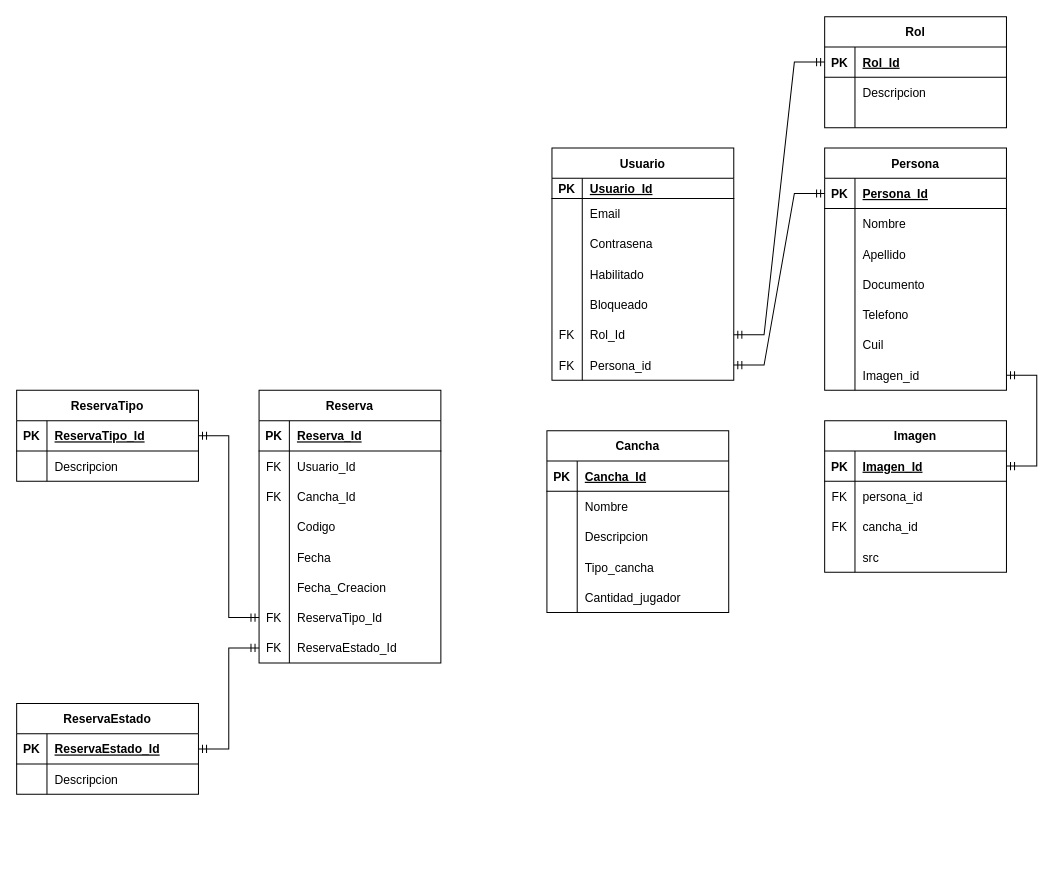
Earlier version of the draw.io diagram Diagrama sin título.drawio (avsebastian/turnos-futsapp). Source tidied: cells renumbered, new cells numbered last; positions are measured from the earlier drawing's top-left corner, leaving out a move shared by most shapes. Both pictures are drawn from the tidied source at 101%, with x=0, y=0 at pixel (16, 16).
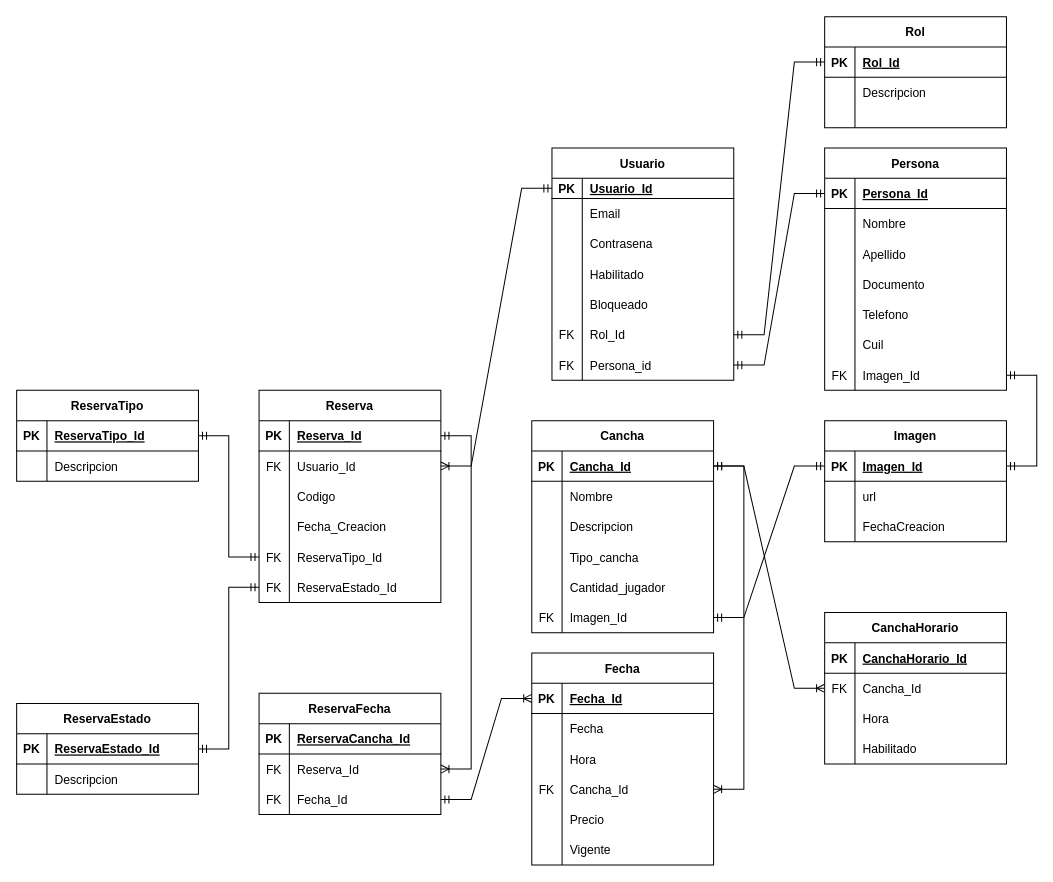
After the change.

Unchanged cells that the change refers to:
```xml
<mxCell id="3" style="shape=tableRow;horizontal=0;startSize=0;swimlaneHead=0;swimlaneBody=0;fillColor=none;points=[[0,0.5],[1,0.5]];portConstraint=eastwest;top=0;left=0;right=0;bottom=1;" parent="2" vertex="1">
  <mxGeometry y="30" width="180" height="20" as="geometry" />
</mxCell>
<mxCell id="43" style="shape=tableRow;horizontal=0;startSize=0;swimlaneHead=0;swimlaneBody=0;fillColor=none;points=[[0,0.5],[1,0.5]];portConstraint=eastwest;top=0;left=0;right=0;bottom=0;" parent="24" vertex="1">
  <mxGeometry y="210" width="180" height="30" as="geometry" />
</mxCell>
<mxCell id="47" style="shape=tableRow;horizontal=0;startSize=0;swimlaneHead=0;swimlaneBody=0;fillColor=none;points=[[0,0.5],[1,0.5]];portConstraint=eastwest;top=0;left=0;right=0;bottom=1;" parent="46" vertex="1">
  <mxGeometry y="30" width="180" height="30" as="geometry" />
</mxCell>
<mxCell id="73" style="shape=tableRow;horizontal=0;startSize=0;swimlaneHead=0;swimlaneBody=0;fillColor=none;points=[[0,0.5],[1,0.5]];portConstraint=eastwest;top=0;left=0;right=0;bottom=1;" parent="72" vertex="1">
  <mxGeometry y="30" width="180" height="30" as="geometry" />
</mxCell>
<mxCell id="89" style="shape=tableRow;horizontal=0;startSize=0;swimlaneHead=0;swimlaneBody=0;fillColor=none;points=[[0,0.5],[1,0.5]];portConstraint=eastwest;top=0;left=0;right=0;bottom=1;" parent="88" vertex="1">
  <mxGeometry y="30" width="180" height="30" as="geometry" />
</mxCell>
<mxCell id="92" style="shape=tableRow;horizontal=0;startSize=0;swimlaneHead=0;swimlaneBody=0;fillColor=none;points=[[0,0.5],[1,0.5]];portConstraint=eastwest;top=0;left=0;right=0;bottom=0;" parent="88" vertex="1">
  <mxGeometry y="60" width="180" height="30" as="geometry" />
</mxCell>
```

Diff of the diagram source:
```diff
@@
-    <mxCell id="44" style="shape=partialRectangle;fillColor=none;top=0;left=0;bottom=0;right=0;overflow=hidden;" parent="43" vertex="1">
+    <mxCell id="44" value="FK" style="shape=partialRectangle;fillColor=none;top=0;left=0;bottom=0;right=0;overflow=hidden;" parent="43" vertex="1">
       <mxGeometry width="30" height="30" as="geometry" />
     </mxCell>
-    <mxCell id="45" value="Imagen_id" style="shape=partialRectangle;fillColor=none;top=0;left=0;bottom=0;right=0;align=left;spacingLeft=6;overflow=hidden;" parent="43" vertex="1">
+    <mxCell id="45" value="Imagen_Id" style="shape=partialRectangle;fillColor=none;top=0;left=0;bottom=0;right=0;align=left;spacingLeft=6;overflow=hidden;" parent="43" vertex="1">
       <mxGeometry x="30" width="150" height="30" as="geometry" />
     </mxCell>
     <mxCell id="46" value="Imagen" style="shape=table;startSize=30;childLayout=tableLayout;rowLines=0;fontStyle=1;align=center;" parent="1" vertex="1">
-      <mxGeometry x="800" y="400" width="180" height="150" as="geometry" />
+      <mxGeometry x="800" y="400" width="180" height="120" as="geometry" />
     </mxCell>
@@
-    <mxCell id="50" style="shape=tableRow;horizontal=0;startSize=0;swimlaneHead=0;swimlaneBody=0;fillColor=none;top=0;left=0;right=0;bottom=0;" parent="46" vertex="1">
-      <mxGeometry y="60" width="180" height="30" as="geometry" />
-    </mxCell>
-    <mxCell id="51" value="FK" style="shape=partialRectangle;fillColor=none;top=0;left=0;bottom=0;right=0;overflow=hidden;" parent="50" vertex="1">
-      <mxGeometry width="30" height="30" as="geometry" />
-    </mxCell>
-    <mxCell id="52" value="persona_id   " style="shape=partialRectangle;fillColor=none;top=0;left=0;bottom=0;right=0;align=left;spacingLeft=6;overflow=hidden;" parent="50" vertex="1">
-      <mxGeometry x="30" width="150" height="30" as="geometry" />
-    </mxCell>
-    <mxCell id="53" style="shape=tableRow;horizontal=0;startSize=0;swimlaneHead=0;swimlaneBody=0;fillColor=none;top=0;left=0;right=0;bottom=0;" parent="46" vertex="1">
-      <mxGeometry y="90" width="180" height="30" as="geometry" />
-    </mxCell>
-    <mxCell id="54" value="FK" style="shape=partialRectangle;fillColor=none;top=0;left=0;bottom=0;right=0;overflow=hidden;" parent="53" vertex="1">
-      <mxGeometry width="30" height="30" as="geometry" />
-    </mxCell>
-    <mxCell id="55" value="cancha_id" style="shape=partialRectangle;fillColor=none;top=0;left=0;bottom=0;right=0;align=left;spacingLeft=6;overflow=hidden;" parent="53" vertex="1">
-      <mxGeometry x="30" width="150" height="30" as="geometry" />
-    </mxCell>
     <mxCell id="56" style="shape=tableRow;horizontal=0;startSize=0;swimlaneHead=0;swimlaneBody=0;fillColor=none;top=0;left=0;right=0;bottom=0;" parent="46" vertex="1">
-      <mxGeometry y="120" width="180" height="30" as="geometry" />
+      <mxGeometry y="60" width="180" height="30" as="geometry" />
     </mxCell>
@@
-    <mxCell id="58" value="src" style="shape=partialRectangle;fillColor=none;top=0;left=0;bottom=0;right=0;align=left;spacingLeft=6;overflow=hidden;" parent="56" vertex="1">
+    <mxCell id="58" value="url" style="shape=partialRectangle;fillColor=none;top=0;left=0;bottom=0;right=0;align=left;spacingLeft=6;overflow=hidden;" parent="56" vertex="1">
       <mxGeometry x="30" width="150" height="30" as="geometry" />
     </mxCell>
+    <mxCell id="129" style="shape=tableRow;horizontal=0;startSize=0;swimlaneHead=0;swimlaneBody=0;fillColor=none;top=0;left=0;right=0;bottom=0;" parent="46" vertex="1">
+      <mxGeometry y="90" width="180" height="30" as="geometry" />
+    </mxCell>
+    <mxCell id="130" style="shape=partialRectangle;fillColor=none;top=0;left=0;bottom=0;right=0;overflow=hidden;" parent="129" vertex="1">
+      <mxGeometry width="30" height="30" as="geometry" />
+    </mxCell>
+    <mxCell id="131" value="FechaCreacion" style="shape=partialRectangle;fillColor=none;top=0;left=0;bottom=0;right=0;align=left;spacingLeft=6;overflow=hidden;" parent="129" vertex="1">
+      <mxGeometry x="30" width="150" height="30" as="geometry" />
+    </mxCell>
@@
-    <mxCell id="60" style="edgeStyle=entityRelationEdgeStyle;fontSize=12;html=1;endArrow=ERmandOne;startArrow=ERmandOne;rounded=0;" parent="1" edge="1" source="47" target="43">
+    <mxCell id="60" style="edgeStyle=entityRelationEdgeStyle;fontSize=12;html=1;endArrow=ERmandOne;startArrow=ERmandOne;rounded=0;entryX=1;entryY=0.5;entryDx=0;entryDy=0;exitX=1;exitY=0.5;exitDx=0;exitDy=0;" parent="1" edge="1" source="47" target="43">
       <mxGeometry relative="1" as="geometry" />
     </mxCell>
@@
     <mxCell id="72" value="Cancha" style="shape=table;startSize=30;childLayout=tableLayout;rowLines=0;fontStyle=1;align=center;" parent="1" vertex="1">
-      <mxGeometry x="525" y="410" width="180" height="180" as="geometry" />
+      <mxGeometry x="510" y="400" width="180" height="210" as="geometry" />
     </mxCell>
@@
+    <mxCell id="132" style="shape=tableRow;horizontal=0;startSize=0;swimlaneHead=0;swimlaneBody=0;fillColor=none;points=[[0,0.5],[1,0.5]];portConstraint=eastwest;top=0;left=0;right=0;bottom=0;" parent="72" vertex="1">
+      <mxGeometry y="180" width="180" height="30" as="geometry" />
+    </mxCell>
+    <mxCell id="133" value="FK" style="shape=partialRectangle;fillColor=none;top=0;left=0;bottom=0;right=0;overflow=hidden;" parent="132" vertex="1">
+      <mxGeometry width="30" height="30" as="geometry" />
+    </mxCell>
+    <mxCell id="134" value="Imagen_Id" style="shape=partialRectangle;fillColor=none;top=0;left=0;bottom=0;right=0;align=left;spacingLeft=6;overflow=hidden;" parent="132" vertex="1">
+      <mxGeometry x="30" width="150" height="30" as="geometry" />
+    </mxCell>
     <mxCell id="88" value="Reserva" style="shape=table;startSize=30;childLayout=tableLayout;rowLines=0;fontStyle=1;align=center;" parent="1" vertex="1">
-      <mxGeometry x="240" y="370" width="180" height="270" as="geometry" />
+      <mxGeometry x="240" y="370" width="180" height="210" as="geometry" />
     </mxCell>
@@
-    <mxCell id="95" style="shape=tableRow;horizontal=0;startSize=0;swimlaneHead=0;swimlaneBody=0;fillColor=none;top=0;left=0;right=0;bottom=0;" parent="88" vertex="1">
-      <mxGeometry y="90" width="180" height="30" as="geometry" />
-    </mxCell>
-    <mxCell id="96" value="FK" style="shape=partialRectangle;fillColor=none;top=0;left=0;bottom=0;right=0;overflow=hidden;" parent="95" vertex="1">
-      <mxGeometry width="30" height="30" as="geometry" />
-    </mxCell>
-    <mxCell id="97" value="Cancha_Id" style="shape=partialRectangle;fillColor=none;top=0;left=0;bottom=0;right=0;align=left;spacingLeft=6;overflow=hidden;" parent="95" vertex="1">
-      <mxGeometry x="30" width="150" height="30" as="geometry" />
-    </mxCell>
     <mxCell id="98" style="shape=tableRow;horizontal=0;startSize=0;swimlaneHead=0;swimlaneBody=0;fillColor=none;top=0;left=0;right=0;bottom=0;" parent="88" vertex="1">
-      <mxGeometry y="120" width="180" height="30" as="geometry" />
+      <mxGeometry y="90" width="180" height="30" as="geometry" />
     </mxCell>
@@
-    <mxCell id="101" style="shape=tableRow;horizontal=0;startSize=0;swimlaneHead=0;swimlaneBody=0;fillColor=none;top=0;left=0;right=0;bottom=0;" parent="88" vertex="1">
-      <mxGeometry y="150" width="180" height="30" as="geometry" />
-    </mxCell>
-    <mxCell id="102" style="shape=partialRectangle;fillColor=none;top=0;left=0;bottom=0;right=0;overflow=hidden;" parent="101" vertex="1">
-      <mxGeometry width="30" height="30" as="geometry" />
-    </mxCell>
-    <mxCell id="103" value="Fecha" style="shape=partialRectangle;fillColor=none;top=0;left=0;bottom=0;right=0;align=left;spacingLeft=6;overflow=hidden;" parent="101" vertex="1">
-      <mxGeometry x="30" width="150" height="30" as="geometry" />
-    </mxCell>
     <mxCell id="104" style="shape=tableRow;horizontal=0;startSize=0;swimlaneHead=0;swimlaneBody=0;fillColor=none;top=0;left=0;right=0;bottom=0;" parent="88" vertex="1">
-      <mxGeometry y="180" width="180" height="30" as="geometry" />
+      <mxGeometry y="120" width="180" height="30" as="geometry" />
     </mxCell>
@@
     <mxCell id="107" style="shape=tableRow;horizontal=0;startSize=0;swimlaneHead=0;swimlaneBody=0;fillColor=none;points=[[0,0.5],[1,0.5]];portConstraint=eastwest;top=0;left=0;right=0;bottom=0;" parent="88" vertex="1">
-      <mxGeometry y="210" width="180" height="30" as="geometry" />
+      <mxGeometry y="150" width="180" height="30" as="geometry" />
     </mxCell>
@@
     <mxCell id="110" style="shape=tableRow;horizontal=0;startSize=0;swimlaneHead=0;swimlaneBody=0;fillColor=none;points=[[0,0.5],[1,0.5]];portConstraint=eastwest;top=0;left=0;right=0;bottom=0;" parent="88" vertex="1">
-      <mxGeometry y="240" width="180" height="30" as="geometry" />
+      <mxGeometry y="180" width="180" height="30" as="geometry" />
     </mxCell>
@@
+    <mxCell id="135" style="edgeStyle=entityRelationEdgeStyle;fontSize=12;html=1;endArrow=ERoneToMany;startArrow=ERmandOne;rounded=0;exitX=0;exitY=0.5;exitDx=0;exitDy=0;entryX=1;entryY=0.5;entryDx=0;entryDy=0;" parent="1" edge="1" source="3" target="92">
+      <mxGeometry relative="1" as="geometry" />
+    </mxCell>
+    <mxCell id="136" value="Fecha" style="shape=table;startSize=30;childLayout=tableLayout;rowLines=0;fontStyle=1;align=center;" parent="1" vertex="1">
+      <mxGeometry x="510" y="630" width="180" height="210" as="geometry" />
+    </mxCell>
+    <mxCell id="137" style="shape=tableRow;horizontal=0;startSize=0;swimlaneHead=0;swimlaneBody=0;fillColor=none;points=[[0,0.5],[1,0.5]];portConstraint=eastwest;top=0;left=0;right=0;bottom=1;" parent="136" vertex="1">
+      <mxGeometry y="30" width="180" height="30" as="geometry" />
+    </mxCell>
+    <mxCell id="138" value="PK" style="shape=partialRectangle;fillColor=none;top=0;left=0;bottom=0;right=0;fontStyle=1;overflow=hidden;" parent="137" vertex="1">
+      <mxGeometry width="30" height="30" as="geometry" />
+    </mxCell>
+    <mxCell id="139" value="Fecha_Id" style="shape=partialRectangle;fillColor=none;top=0;left=0;bottom=0;right=0;align=left;spacingLeft=6;fontStyle=5;overflow=hidden;" parent="137" vertex="1">
+      <mxGeometry x="30" width="150" height="30" as="geometry" />
+    </mxCell>
+    <mxCell id="140" style="shape=tableRow;horizontal=0;startSize=0;swimlaneHead=0;swimlaneBody=0;fillColor=none;top=0;left=0;right=0;bottom=0;" parent="136" vertex="1">
+      <mxGeometry y="60" width="180" height="30" as="geometry" />
+    </mxCell>
+    <mxCell id="141" style="shape=partialRectangle;fillColor=none;top=0;left=0;bottom=0;right=0;overflow=hidden;" parent="140" vertex="1">
+      <mxGeometry width="30" height="30" as="geometry" />
+    </mxCell>
+    <mxCell id="103" value="Fecha" style="shape=partialRectangle;fillColor=none;top=0;left=0;bottom=0;right=0;align=left;spacingLeft=6;overflow=hidden;" parent="140" vertex="1">
+      <mxGeometry x="30" width="150" height="30" as="geometry" />
+    </mxCell>
+    <mxCell id="142" style="shape=tableRow;horizontal=0;startSize=0;swimlaneHead=0;swimlaneBody=0;fillColor=none;top=0;left=0;right=0;bottom=0;" parent="136" vertex="1">
+      <mxGeometry y="90" width="180" height="30" as="geometry" />
+    </mxCell>
+    <mxCell id="143" style="shape=partialRectangle;fillColor=none;top=0;left=0;bottom=0;right=0;overflow=hidden;" parent="142" vertex="1">
+      <mxGeometry width="30" height="30" as="geometry" />
+    </mxCell>
+    <mxCell id="144" value="Hora" style="shape=partialRectangle;fillColor=none;top=0;left=0;bottom=0;right=0;align=left;spacingLeft=6;overflow=hidden;" parent="142" vertex="1">
+      <mxGeometry x="30" width="150" height="30" as="geometry" />
+    </mxCell>
+    <mxCell id="145" style="shape=tableRow;horizontal=0;startSize=0;swimlaneHead=0;swimlaneBody=0;fillColor=none;points=[[0,0.5],[1,0.5]];portConstraint=eastwest;top=0;left=0;right=0;bottom=0;" parent="136" vertex="1">
+      <mxGeometry y="120" width="180" height="30" as="geometry" />
+    </mxCell>
+    <mxCell id="146" value="FK" style="shape=partialRectangle;fillColor=none;top=0;left=0;bottom=0;right=0;overflow=hidden;" parent="145" vertex="1">
+      <mxGeometry width="30" height="30" as="geometry" />
+    </mxCell>
+    <mxCell id="147" value="Cancha_Id" style="shape=partialRectangle;fillColor=none;top=0;left=0;bottom=0;right=0;align=left;spacingLeft=6;overflow=hidden;" parent="145" vertex="1">
+      <mxGeometry x="30" width="150" height="30" as="geometry" />
+    </mxCell>
+    <mxCell id="101" style="shape=tableRow;horizontal=0;startSize=0;swimlaneHead=0;swimlaneBody=0;fillColor=none;top=0;left=0;right=0;bottom=0;" parent="136" vertex="1">
+      <mxGeometry y="150" width="180" height="30" as="geometry" />
+    </mxCell>
+    <mxCell id="148" style="shape=partialRectangle;fillColor=none;top=0;left=0;bottom=0;right=0;overflow=hidden;" parent="101" vertex="1">
+      <mxGeometry width="30" height="30" as="geometry" />
+    </mxCell>
+    <mxCell id="149" value="Precio" style="shape=partialRectangle;fillColor=none;top=0;left=0;bottom=0;right=0;align=left;spacingLeft=6;overflow=hidden;" parent="101" vertex="1">
+      <mxGeometry x="30" width="150" height="30" as="geometry" />
+    </mxCell>
+    <mxCell id="150" style="shape=tableRow;horizontal=0;startSize=0;swimlaneHead=0;swimlaneBody=0;fillColor=none;top=0;left=0;right=0;bottom=0;" parent="136" vertex="1">
+      <mxGeometry y="180" width="180" height="30" as="geometry" />
+    </mxCell>
+    <mxCell id="151" style="shape=partialRectangle;fillColor=none;top=0;left=0;bottom=0;right=0;overflow=hidden;" parent="150" vertex="1">
+      <mxGeometry width="30" height="30" as="geometry" />
+    </mxCell>
+    <mxCell id="152" value="Vigente" style="shape=partialRectangle;fillColor=none;top=0;left=0;bottom=0;right=0;align=left;spacingLeft=6;overflow=hidden;" parent="150" vertex="1">
+      <mxGeometry x="30" width="150" height="30" as="geometry" />
+    </mxCell>
+    <mxCell id="153" style="edgeStyle=entityRelationEdgeStyle;fontSize=12;html=1;endArrow=ERoneToMany;startArrow=ERmandOne;rounded=0;entryX=0;entryY=0.5;entryDx=0;entryDy=0;" parent="1" edge="1" source="161" target="137">
+      <mxGeometry relative="1" as="geometry" />
+    </mxCell>
+    <mxCell id="154" value="ReservaFecha" style="shape=table;startSize=30;childLayout=tableLayout;rowLines=0;fontStyle=1;align=center;" parent="1" vertex="1">
+      <mxGeometry x="240" y="670" width="180" height="120" as="geometry" />
+    </mxCell>
+    <mxCell id="155" style="shape=tableRow;horizontal=0;startSize=0;swimlaneHead=0;swimlaneBody=0;fillColor=none;top=0;left=0;right=0;bottom=1;" parent="154" vertex="1">
+      <mxGeometry y="30" width="180" height="30" as="geometry" />
+    </mxCell>
+    <mxCell id="156" value="PK" style="shape=partialRectangle;fillColor=none;top=0;left=0;bottom=0;right=0;fontStyle=1;overflow=hidden;" parent="155" vertex="1">
+      <mxGeometry width="30" height="30" as="geometry" />
+    </mxCell>
+    <mxCell id="157" value="RerservaCancha_Id" style="shape=partialRectangle;fillColor=none;top=0;left=0;bottom=0;right=0;align=left;spacingLeft=6;fontStyle=5;overflow=hidden;" parent="155" vertex="1">
+      <mxGeometry x="30" width="150" height="30" as="geometry" />
+    </mxCell>
+    <mxCell id="158" style="shape=tableRow;horizontal=0;startSize=0;swimlaneHead=0;swimlaneBody=0;fillColor=none;points=[[0,0.5],[1,0.5]];portConstraint=eastwest;top=0;left=0;right=0;bottom=0;" parent="154" vertex="1">
+      <mxGeometry y="60" width="180" height="30" as="geometry" />
+    </mxCell>
+    <mxCell id="159" value="FK" style="shape=partialRectangle;fillColor=none;top=0;left=0;bottom=0;right=0;overflow=hidden;" parent="158" vertex="1">
+      <mxGeometry width="30" height="30" as="geometry" />
+    </mxCell>
+    <mxCell id="160" value="Reserva_Id" style="shape=partialRectangle;fillColor=none;top=0;left=0;bottom=0;right=0;align=left;spacingLeft=6;overflow=hidden;" parent="158" vertex="1">
+      <mxGeometry x="30" width="150" height="30" as="geometry" />
+    </mxCell>
+    <mxCell id="161" style="shape=tableRow;horizontal=0;startSize=0;swimlaneHead=0;swimlaneBody=0;fillColor=none;points=[[0,0.5],[1,0.5]];portConstraint=eastwest;top=0;left=0;right=0;bottom=0;" parent="154" vertex="1">
+      <mxGeometry y="90" width="180" height="30" as="geometry" />
+    </mxCell>
+    <mxCell id="162" value="FK" style="shape=partialRectangle;fillColor=none;top=0;left=0;bottom=0;right=0;overflow=hidden;" parent="161" vertex="1">
+      <mxGeometry width="30" height="30" as="geometry" />
+    </mxCell>
+    <mxCell id="163" value="Fecha_Id" style="shape=partialRectangle;fillColor=none;top=0;left=0;bottom=0;right=0;align=left;spacingLeft=6;overflow=hidden;" parent="161" vertex="1">
+      <mxGeometry x="30" width="150" height="30" as="geometry" />
+    </mxCell>
+    <mxCell id="164" style="edgeStyle=entityRelationEdgeStyle;fontSize=12;html=1;endArrow=ERoneToMany;startArrow=ERmandOne;rounded=0;exitX=1;exitY=0.5;exitDx=0;exitDy=0;entryX=1;entryY=0.5;entryDx=0;entryDy=0;" parent="1" edge="1" source="89" target="158">
+      <mxGeometry relative="1" as="geometry" />
+    </mxCell>
+    <mxCell id="165" style="edgeStyle=entityRelationEdgeStyle;fontSize=12;html=1;endArrow=ERoneToMany;startArrow=ERmandOne;rounded=0;entryX=1;entryY=0.5;entryDx=0;entryDy=0;exitX=1;exitY=0.5;exitDx=0;exitDy=0;" parent="1" edge="1" source="73" target="145">
+      <mxGeometry relative="1" as="geometry" />
+    </mxCell>
+    <mxCell id="166" value="CanchaHorario" style="shape=table;startSize=30;childLayout=tableLayout;rowLines=0;fontStyle=1;align=center;" parent="1" vertex="1">
+      <mxGeometry x="800" y="590" width="180" height="150" as="geometry" />
+    </mxCell>
+    <mxCell id="167" style="shape=tableRow;horizontal=0;startSize=0;swimlaneHead=0;swimlaneBody=0;fillColor=none;top=0;left=0;right=0;bottom=1;" parent="166" vertex="1">
+      <mxGeometry y="30" width="180" height="30" as="geometry" />
+    </mxCell>
+    <mxCell id="168" value="PK" style="shape=partialRectangle;fillColor=none;top=0;left=0;bottom=0;right=0;fontStyle=1;overflow=hidden;" parent="167" vertex="1">
+      <mxGeometry width="30" height="30" as="geometry" />
+    </mxCell>
+    <mxCell id="169" value="CanchaHorario_Id" style="shape=partialRectangle;fillColor=none;top=0;left=0;bottom=0;right=0;align=left;spacingLeft=6;fontStyle=5;overflow=hidden;" parent="167" vertex="1">
+      <mxGeometry x="30" width="150" height="30" as="geometry" />
+    </mxCell>
+    <mxCell id="170" style="shape=tableRow;horizontal=0;startSize=0;swimlaneHead=0;swimlaneBody=0;fillColor=none;points=[[0,0.5],[1,0.5]];portConstraint=eastwest;top=0;left=0;right=0;bottom=0;" parent="166" vertex="1">
+      <mxGeometry y="60" width="180" height="30" as="geometry" />
+    </mxCell>
+    <mxCell id="171" value="FK" style="shape=partialRectangle;fillColor=none;top=0;left=0;bottom=0;right=0;overflow=hidden;" parent="170" vertex="1">
+      <mxGeometry width="30" height="30" as="geometry" />
+    </mxCell>
+    <mxCell id="172" value="Cancha_Id" style="shape=partialRectangle;fillColor=none;top=0;left=0;bottom=0;right=0;align=left;spacingLeft=6;overflow=hidden;" parent="170" vertex="1">
+      <mxGeometry x="30" width="150" height="30" as="geometry" />
+    </mxCell>
+    <mxCell id="173" style="shape=tableRow;horizontal=0;startSize=0;swimlaneHead=0;swimlaneBody=0;fillColor=none;top=0;left=0;right=0;bottom=0;" parent="166" vertex="1">
+      <mxGeometry y="90" width="180" height="30" as="geometry" />
+    </mxCell>
+    <mxCell id="174" style="shape=partialRectangle;fillColor=none;top=0;left=0;bottom=0;right=0;overflow=hidden;" parent="173" vertex="1">
+      <mxGeometry width="30" height="30" as="geometry" />
+    </mxCell>
+    <mxCell id="175" value="Hora" style="shape=partialRectangle;fillColor=none;top=0;left=0;bottom=0;right=0;align=left;spacingLeft=6;overflow=hidden;" parent="173" vertex="1">
+      <mxGeometry x="30" width="150" height="30" as="geometry" />
+    </mxCell>
+    <mxCell id="176" style="shape=tableRow;horizontal=0;startSize=0;swimlaneHead=0;swimlaneBody=0;fillColor=none;top=0;left=0;right=0;bottom=0;" parent="166" vertex="1">
+      <mxGeometry y="120" width="180" height="30" as="geometry" />
+    </mxCell>
+    <mxCell id="177" style="shape=partialRectangle;fillColor=none;top=0;left=0;bottom=0;right=0;overflow=hidden;" parent="176" vertex="1">
+      <mxGeometry width="30" height="30" as="geometry" />
+    </mxCell>
+    <mxCell id="178" value="Habilitado" style="shape=partialRectangle;fillColor=none;top=0;left=0;bottom=0;right=0;align=left;spacingLeft=6;overflow=hidden;" parent="176" vertex="1">
+      <mxGeometry x="30" width="150" height="30" as="geometry" />
+    </mxCell>
+    <mxCell id="179" style="edgeStyle=entityRelationEdgeStyle;fontSize=12;html=1;endArrow=ERoneToMany;startArrow=ERmandOne;rounded=0;entryX=0;entryY=0.5;entryDx=0;entryDy=0;exitX=1;exitY=0.5;exitDx=0;exitDy=0;" parent="1" edge="1" source="73" target="170">
+      <mxGeometry relative="1" as="geometry" />
+    </mxCell>
+    <mxCell id="180" style="edgeStyle=entityRelationEdgeStyle;fontSize=12;html=1;endArrow=ERmandOne;startArrow=ERmandOne;rounded=0;entryX=0;entryY=0.5;entryDx=0;entryDy=0;exitX=1;exitY=0.5;exitDx=0;exitDy=0;" parent="1" edge="1" source="132" target="47">
+      <mxGeometry relative="1" as="geometry" />
+    </mxCell>
```
